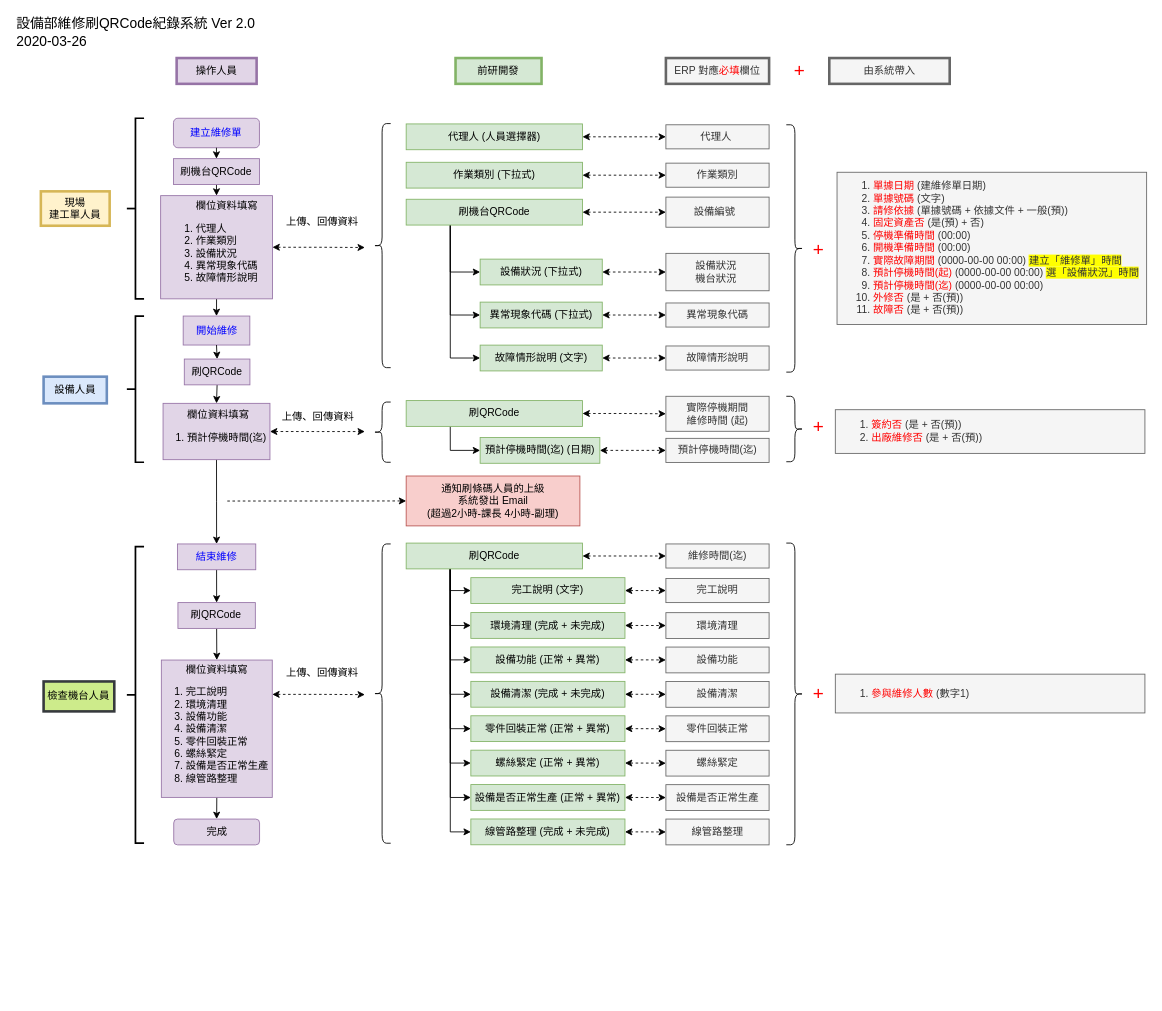
tinalolo/drowio keeps this draw.io diagram as 0325.drawio. Above is the earlier version. Source tidied: cells renumbered, new cells numbered last; positions are measured from the earlier drawing's top-left corner, leaving out a move shared by most shapes. Both pictures are drawn from the tidied source at 86%, with x=0, y=0 at pixel (15, 15).
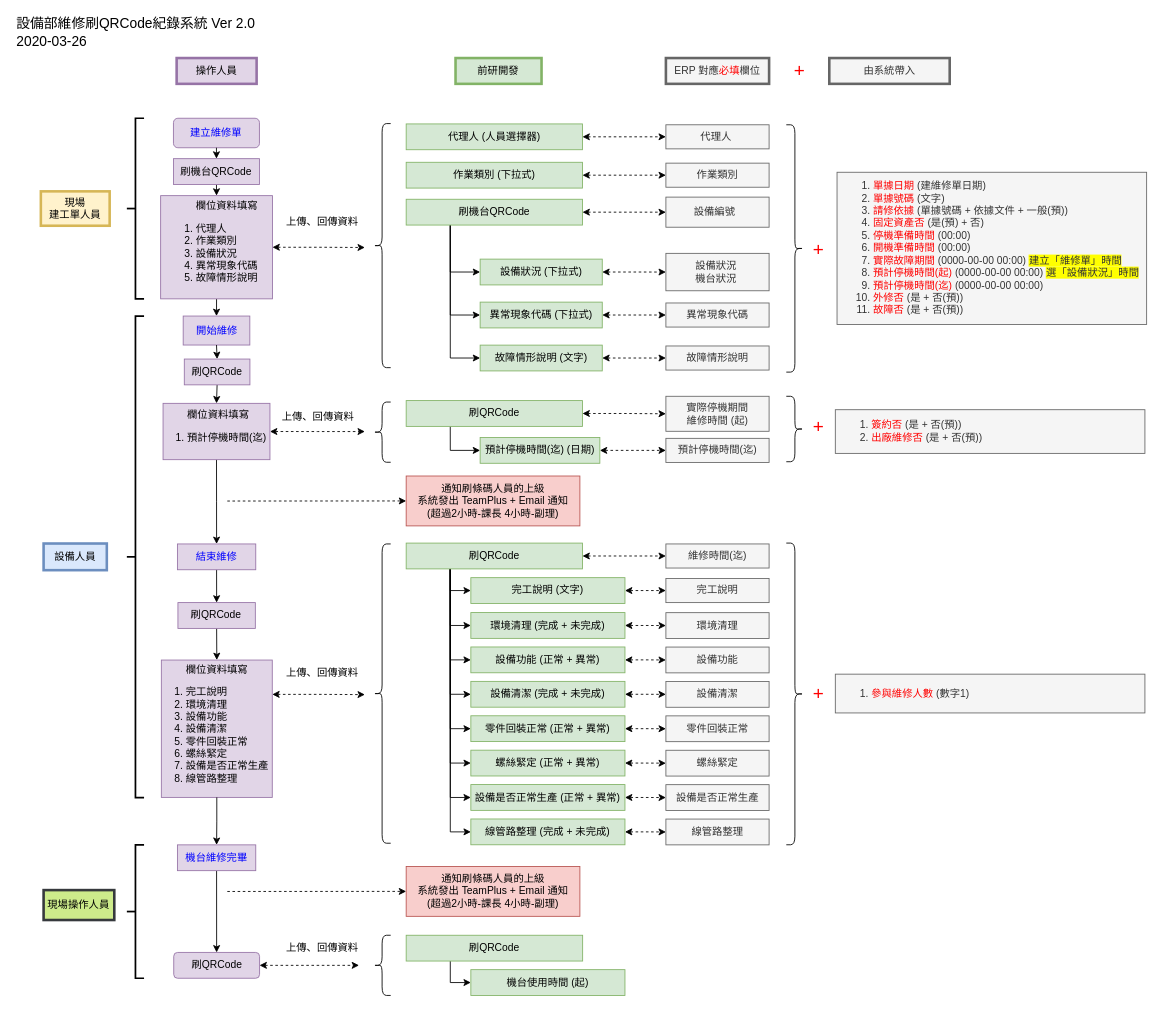
The same diagram, later.

The change refers to these unchanged cells:
```xml
<mxCell id="47" value="&lt;blockquote style=&quot;margin: 0 0 0 40px ; border: none ; padding: 0px&quot;&gt;&lt;div style=&quot;text-align: left&quot;&gt;&lt;span style=&quot;white-space: nowrap&quot;&gt;欄位資料填寫&lt;/span&gt;&lt;/div&gt;&lt;/blockquote&gt;&lt;div style=&quot;text-align: left&quot;&gt;&lt;ol&gt;&lt;li&gt;&lt;span style=&quot;text-align: center&quot;&gt;完工說明&lt;/span&gt;&lt;/li&gt;&lt;li&gt;&lt;span style=&quot;text-align: center&quot;&gt;環境清理&lt;br&gt;&lt;/span&gt;&lt;/li&gt;&lt;li&gt;&lt;span style=&quot;text-align: center&quot;&gt;設備功能&lt;br&gt;&lt;/span&gt;&lt;/li&gt;&lt;li&gt;&lt;span style=&quot;text-align: center&quot;&gt;設備清潔&lt;br&gt;&lt;/span&gt;&lt;/li&gt;&lt;li&gt;&lt;span style=&quot;text-align: center&quot;&gt;零件回裝正常&lt;br&gt;&lt;/span&gt;&lt;/li&gt;&lt;li&gt;&lt;span style=&quot;text-align: center&quot;&gt;螺絲緊定&lt;br&gt;&lt;/span&gt;&lt;/li&gt;&lt;li&gt;&lt;span style=&quot;text-align: center&quot;&gt;設備是否正常生產&lt;br&gt;&lt;/span&gt;&lt;/li&gt;&lt;li&gt;&lt;span style=&quot;text-align: center&quot;&gt;線管路整理&lt;br&gt;&lt;/span&gt;&lt;/li&gt;&lt;/ol&gt;&lt;/div&gt;" style="rounded=0;whiteSpace=wrap;html=1;align=center;labelBorderColor=none;fillColor=#e1d5e7;strokeColor=#9673a6;spacingLeft=-15;" parent="1" vertex="1">
  <mxGeometry x="170.1" y="750" width="129" height="159.7" as="geometry" />
</mxCell>
```

The edit, as a diff of the source:
```diff
@@
-    <mxCell id="4" value="&lt;span style=&quot;text-align: left ; white-space: nowrap&quot;&gt;通知刷條碼人員的上級&lt;/span&gt;&lt;span style=&quot;text-align: left ; white-space: nowrap&quot;&gt;&lt;br&gt;系統發出 Email&lt;br&gt;&lt;/span&gt;&lt;span style=&quot;text-align: left ; white-space: nowrap&quot;&gt;(超過2小時-課長 4小時-副理)&lt;/span&gt;&lt;span style=&quot;text-align: left ; white-space: nowrap&quot;&gt;&lt;br&gt;&lt;/span&gt;" style="rounded=0;whiteSpace=wrap;html=1;fillColor=#f8cecc;strokeColor=#b85450;" parent="1" vertex="1">
+    <mxCell id="4" value="&lt;span style=&quot;text-align: left ; white-space: nowrap&quot;&gt;通知刷條碼人員的上級&lt;/span&gt;&lt;span style=&quot;text-align: left ; white-space: nowrap&quot;&gt;&lt;br&gt;&lt;/span&gt;&lt;span style=&quot;text-align: left ; white-space: nowrap&quot;&gt;系統發出 TeamPlus + Email 通知&lt;/span&gt;&lt;span style=&quot;text-align: left ; white-space: nowrap&quot;&gt;&lt;br&gt;&lt;/span&gt;&lt;span style=&quot;text-align: left ; white-space: nowrap&quot;&gt;(超過2小時-課長 4小時-副理)&lt;/span&gt;&lt;span style=&quot;text-align: left ; white-space: nowrap&quot;&gt;&lt;br&gt;&lt;/span&gt;" style="rounded=0;whiteSpace=wrap;html=1;fillColor=#f8cecc;strokeColor=#b85450;" parent="1" vertex="1">
       <mxGeometry x="454.8" y="536" width="202" height="58" as="geometry" />
     </mxCell>
@@
     <mxCell id="8" value="設備人員" style="text;html=1;strokeColor=#6c8ebf;fillColor=#dae8fc;align=center;verticalAlign=middle;whiteSpace=wrap;rounded=0;strokeWidth=3;" parent="1" vertex="1">
-      <mxGeometry x="33.2" y="420.5" width="73.5" height="31" as="geometry" />
+      <mxGeometry x="33.2" y="614.5" width="73.5" height="31" as="geometry" />
     </mxCell>
@@
-    <mxCell id="14" style="edgeStyle=orthogonalEdgeStyle;rounded=0;jettySize=auto;html=1;exitX=0.5;exitY=1;exitDx=0;exitDy=0;entryX=0.5;entryY=0;entryDx=0;entryDy=0;startArrow=none;startFill=0;endArrow=classic;endFill=1;fontSize=21;" parent="1" edge="1" source="47" target="18">
+    <mxCell id="14" style="edgeStyle=orthogonalEdgeStyle;rounded=0;jettySize=auto;html=1;exitX=0.5;exitY=1;exitDx=0;exitDy=0;entryX=0.5;entryY=0;entryDx=0;entryDy=0;startArrow=none;startFill=0;endArrow=classic;endFill=1;fontSize=21;" parent="1" edge="1" source="119" target="18">
       <mxGeometry relative="1" as="geometry" />
     </mxCell>
@@
-    <mxCell id="16" value="&lt;font color=&quot;#0000ff&quot;&gt;結束維修&lt;/font&gt;" style="rounded=0;whiteSpace=wrap;html=1;strokeColor=#9673a6;strokeWidth=1;align=center;fillColor=#e1d5e7;" parent="1" vertex="1">
+    <mxCell id="16" value="&lt;span style=&quot;color: rgb(0 , 0 , 255)&quot;&gt;結束維修&lt;/span&gt;" style="rounded=0;whiteSpace=wrap;html=1;strokeColor=#9673a6;strokeWidth=1;align=center;fillColor=#e1d5e7;" parent="1" vertex="1">
       <mxGeometry x="188.8" y="615" width="91.1" height="30" as="geometry" />
     </mxCell>
-    <mxCell id="17" value="檢查機台人員" style="text;html=1;strokeColor=#36393d;fillColor=#cdeb8b;align=center;verticalAlign=middle;whiteSpace=wrap;rounded=0;strokeWidth=3;" parent="1" vertex="1">
-      <mxGeometry x="33.2" y="774.9" width="82.2" height="34.8" as="geometry" />
+    <mxCell id="17" value="現場操作人員" style="text;html=1;strokeColor=#36393d;fillColor=#cdeb8b;align=center;verticalAlign=middle;whiteSpace=wrap;rounded=0;strokeWidth=3;" parent="1" vertex="1">
+      <mxGeometry x="33.2" y="1017.5" width="82.2" height="34.8" as="geometry" />
     </mxCell>
+    <mxCell id="116" style="edgeStyle=orthogonalEdgeStyle;rounded=0;jettySize=auto;html=1;exitX=1;exitY=0.5;exitDx=0;exitDy=0;dashed=1;startArrow=classic;startFill=1;" parent="1" edge="1" source="18">
+      <mxGeometry relative="1" as="geometry">
+        <mxPoint x="400" y="1105" as="targetPoint" />
+      </mxGeometry>
+    </mxCell>
-    <mxCell id="18" value="完成" style="rounded=1;whiteSpace=wrap;html=1;align=center;labelBorderColor=none;fillColor=#e1d5e7;strokeColor=#9673a6;" parent="1" vertex="1">
-      <mxGeometry x="184.5" y="934.9" width="99.8" height="30" as="geometry" />
+    <mxCell id="18" value="刷QRCode" style="rounded=1;whiteSpace=wrap;html=1;align=center;labelBorderColor=none;fillColor=#e1d5e7;strokeColor=#9673a6;" parent="1" vertex="1">
+      <mxGeometry x="184.5" y="1090" width="99.8" height="30" as="geometry" />
     </mxCell>
@@
     <mxCell id="114" style="strokeWidth=2;html=1;shape=mxgraph.flowchart.annotation_2;align=left;labelPosition=right;" parent="1" vertex="1">
-      <mxGeometry x="130" y="350" width="20" height="170" as="geometry" />
+      <mxGeometry x="130" y="350" width="20" height="560" as="geometry" />
     </mxCell>
     <mxCell id="115" style="strokeWidth=2;html=1;shape=mxgraph.flowchart.annotation_2;align=left;labelPosition=right;" parent="1" vertex="1">
-      <mxGeometry x="130" y="618" width="20" height="345" as="geometry" />
+      <mxGeometry x="130" y="964.9" width="20" height="155.1" as="geometry" />
     </mxCell>
+    <mxCell id="117" value="&lt;span style=&quot;text-align: left ; white-space: nowrap&quot;&gt;通知刷條碼人員的上級&lt;/span&gt;&lt;span style=&quot;text-align: left ; white-space: nowrap&quot;&gt;&lt;br&gt;系統發出 TeamPlus + Email 通知&lt;br&gt;&lt;/span&gt;&lt;span style=&quot;text-align: left ; white-space: nowrap&quot;&gt;(超過2小時-課長 4小時-副理)&lt;/span&gt;&lt;span style=&quot;text-align: left ; white-space: nowrap&quot;&gt;&lt;br&gt;&lt;/span&gt;" style="rounded=0;whiteSpace=wrap;html=1;fillColor=#f8cecc;strokeColor=#b85450;" parent="1" vertex="1">
+      <mxGeometry x="454.8" y="990" width="202" height="58" as="geometry" />
+    </mxCell>
+    <mxCell id="118" style="endArrow=classic;html=1;fontSize=12;entryX=0;entryY=0.5;entryDx=0;entryDy=0;startArrow=none;startFill=0;endFill=1;dashed=1;" parent="1" edge="1" target="117">
+      <mxGeometry relative="1" as="geometry">
+        <mxPoint x="246.8" y="1019.1" as="sourcePoint" />
+      </mxGeometry>
+    </mxCell>
+    <mxCell id="119" value="&lt;font color=&quot;#0000ff&quot;&gt;機台維修完畢&lt;/font&gt;" style="rounded=0;whiteSpace=wrap;html=1;strokeColor=#9673a6;strokeWidth=1;align=center;fillColor=#e1d5e7;" parent="1" vertex="1">
+      <mxGeometry x="188.8" y="964.9" width="91.1" height="30" as="geometry" />
+    </mxCell>
+    <mxCell id="120" style="edgeStyle=orthogonalEdgeStyle;rounded=0;jettySize=auto;html=1;exitX=0.5;exitY=1;exitDx=0;exitDy=0;entryX=0.5;entryY=0;entryDx=0;entryDy=0;startArrow=none;startFill=0;endArrow=classic;endFill=1;fontSize=21;" parent="1" edge="1" source="47" target="119">
+      <mxGeometry relative="1" as="geometry" />
+    </mxCell>
+    <mxCell id="121" style="edgeStyle=orthogonalEdgeStyle;rounded=0;jettySize=auto;html=1;exitX=0.25;exitY=1;exitDx=0;exitDy=0;entryX=0;entryY=0.5;entryDx=0;entryDy=0;startArrow=none;startFill=0;" parent="1" edge="1" source="122" target="125">
+      <mxGeometry relative="1" as="geometry">
+        <Array as="points">
+          <mxPoint x="506" y="1125" />
+        </Array>
+      </mxGeometry>
+    </mxCell>
+    <mxCell id="122" value="刷QRCode" style="text;html=1;strokeColor=#82b366;fillColor=#d5e8d4;align=center;verticalAlign=middle;whiteSpace=wrap;rounded=0;strokeWidth=1;labelPosition=center;verticalLabelPosition=middle;spacingLeft=0;" parent="1" vertex="1">
+      <mxGeometry x="454.8" y="1070" width="205.2" height="30" as="geometry" />
+    </mxCell>
+    <mxCell id="123" value="上傳、回傳資料" style="text;html=1;align=center;verticalAlign=middle;fontColor=#000000;" parent="1" vertex="1">
+      <mxGeometry x="306.8" y="1075" width="100" height="20" as="geometry" />
+    </mxCell>
+    <mxCell id="124" style="shape=curlyBracket;whiteSpace=wrap;html=1;rounded=1;fontSize=12;fontColor=#FF0000;align=center;" parent="1" vertex="1">
+      <mxGeometry x="416.8" y="1070" width="20" height="70" as="geometry" />
+    </mxCell>
+    <mxCell id="125" value="&lt;span style=&quot;text-align: left ; white-space: nowrap&quot;&gt;機台使用時間 (起)&lt;/span&gt;" style="text;html=1;strokeColor=#82b366;fillColor=#d5e8d4;align=center;verticalAlign=middle;whiteSpace=wrap;rounded=0;strokeWidth=1;labelPosition=center;verticalLabelPosition=middle;spacingLeft=0;" parent="1" vertex="1">
+      <mxGeometry x="530" y="1110" width="179.2" height="30" as="geometry" />
+    </mxCell>
```
